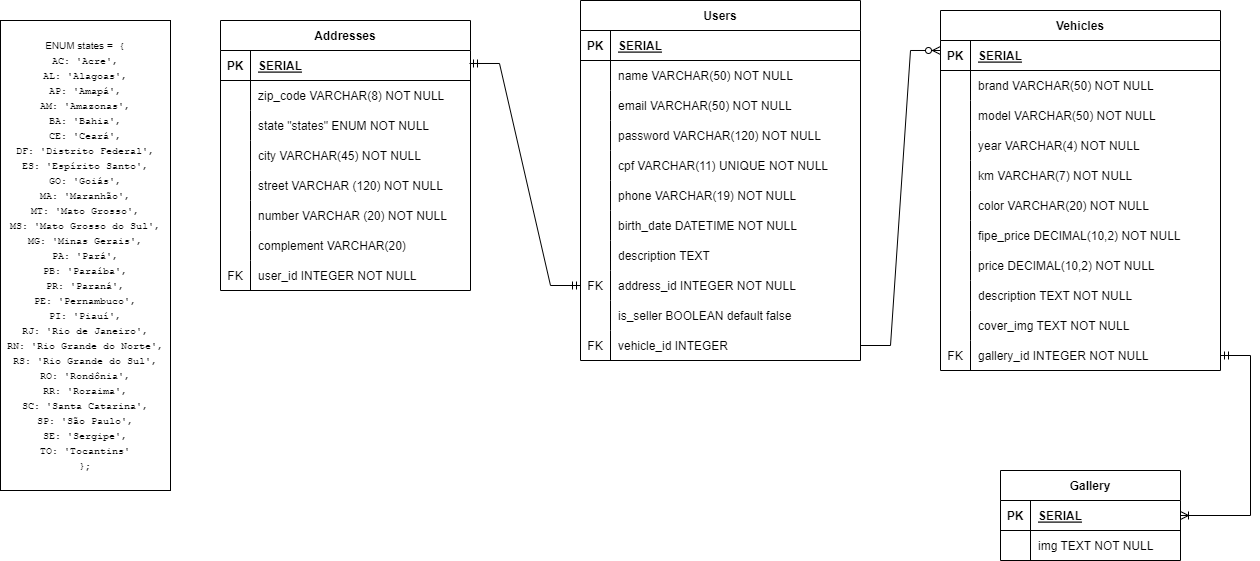
Earlier version of the draw.io export dre.png (shop-motors/back). Source tidied: cells renumbered, new cells last; positions are measured from the earlier drawing's top-left corner, leaving out a move shared by most shapes.
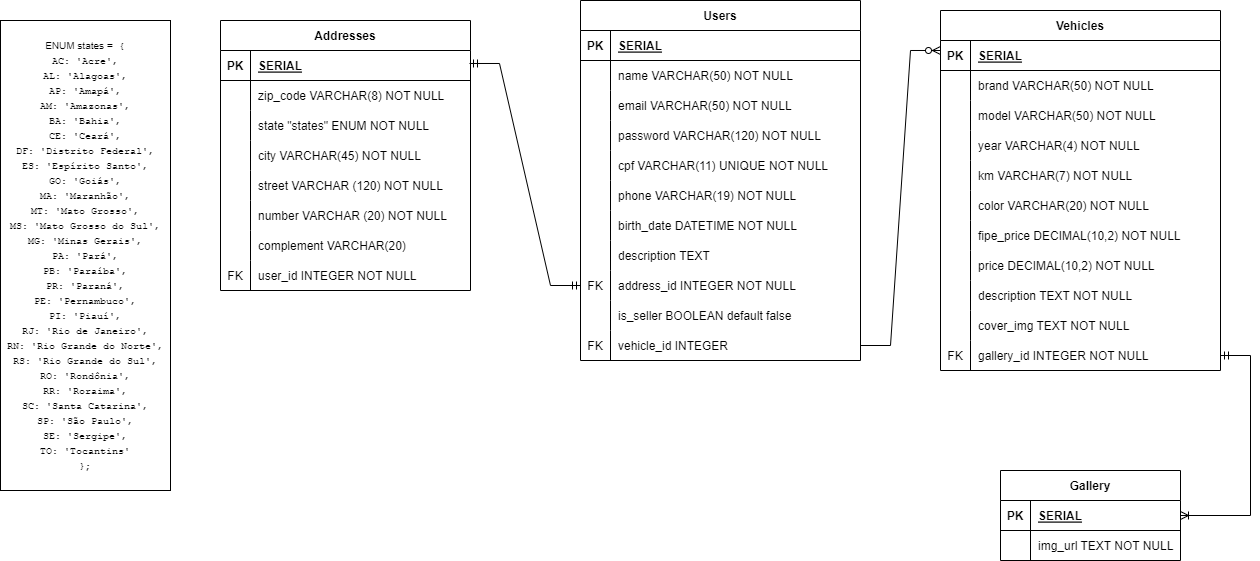
Later version of the same file.

Commit message:
dre img_url corrigido

Change to the diagram source:
```diff
@@ -305,7 +305,7 @@
     <mxCell id="102" style="shape=partialRectangle;fillColor=none;top=0;left=0;bottom=0;right=0;overflow=hidden;" parent="101" vertex="1">
       <mxGeometry width="30" height="30" as="geometry" />
     </mxCell>
-    <mxCell id="103" value="img TEXT NOT NULL" style="shape=partialRectangle;fillColor=none;top=0;left=0;bottom=0;right=0;align=left;spacingLeft=6;overflow=hidden;" parent="101" vertex="1">
+    <mxCell id="103" value="img_url TEXT NOT NULL" style="shape=partialRectangle;fillColor=none;top=0;left=0;bottom=0;right=0;align=left;spacingLeft=6;overflow=hidden;" parent="101" vertex="1">
       <mxGeometry x="30" width="150" height="30" as="geometry" />
     </mxCell>
     <mxCell id="104" style="edgeStyle=entityRelationEdgeStyle;rounded=0;jettySize=auto;html=1;startArrow=ERmandOne;startFill=0;endArrow=ERoneToMany;endFill=0;" parent="1" edge="1" source="93" target="98">
```
